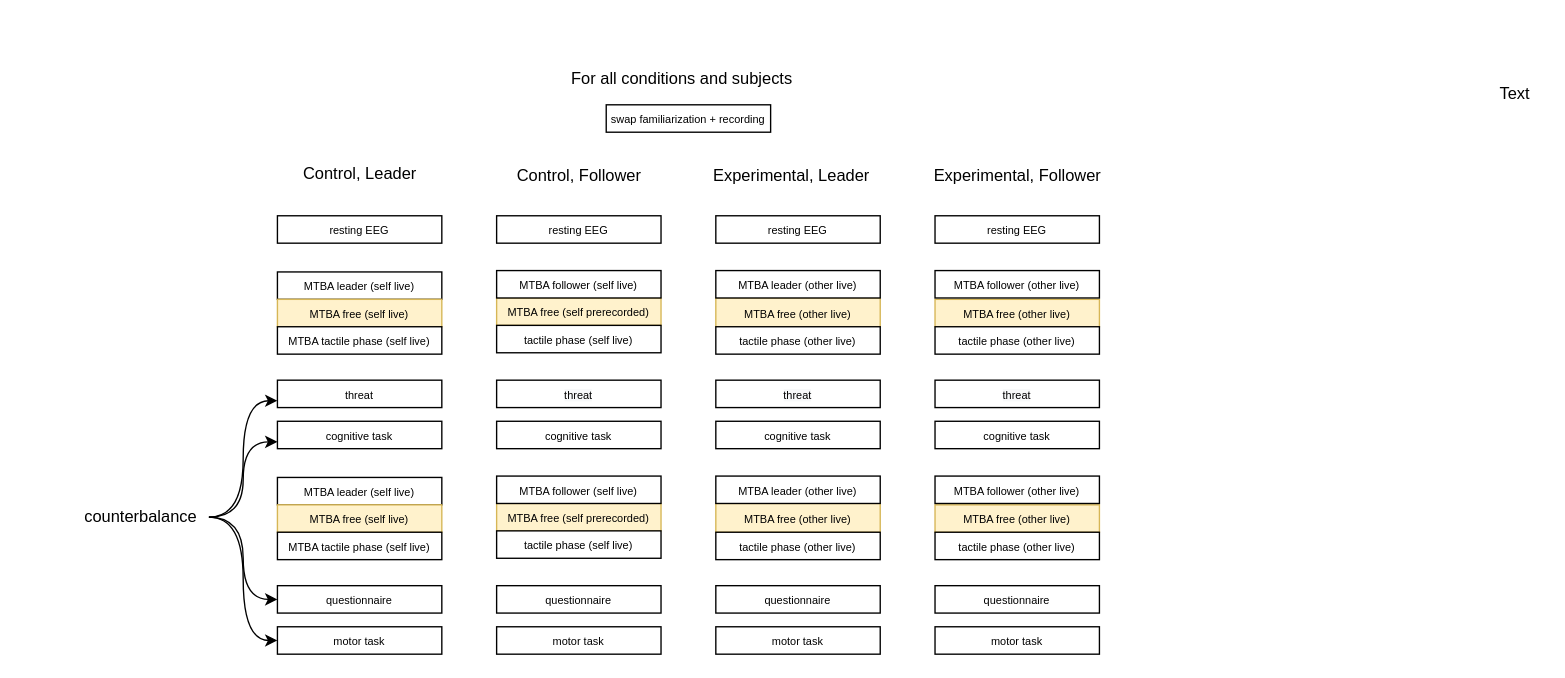
BeAnotherLab/The-Machine-to-be-Another-Unity keeps this draw.io diagram as Docs/experiment structure.drawio. Above is the earlier version. Source tidied: cells renumbered, new cells numbered last; positions are measured from the earlier drawing's top-left corner, leaving out a move shared by most shapes. Both pictures are drawn from the tidied source at 137%, with x=0, y=0 at pixel (71, 64).
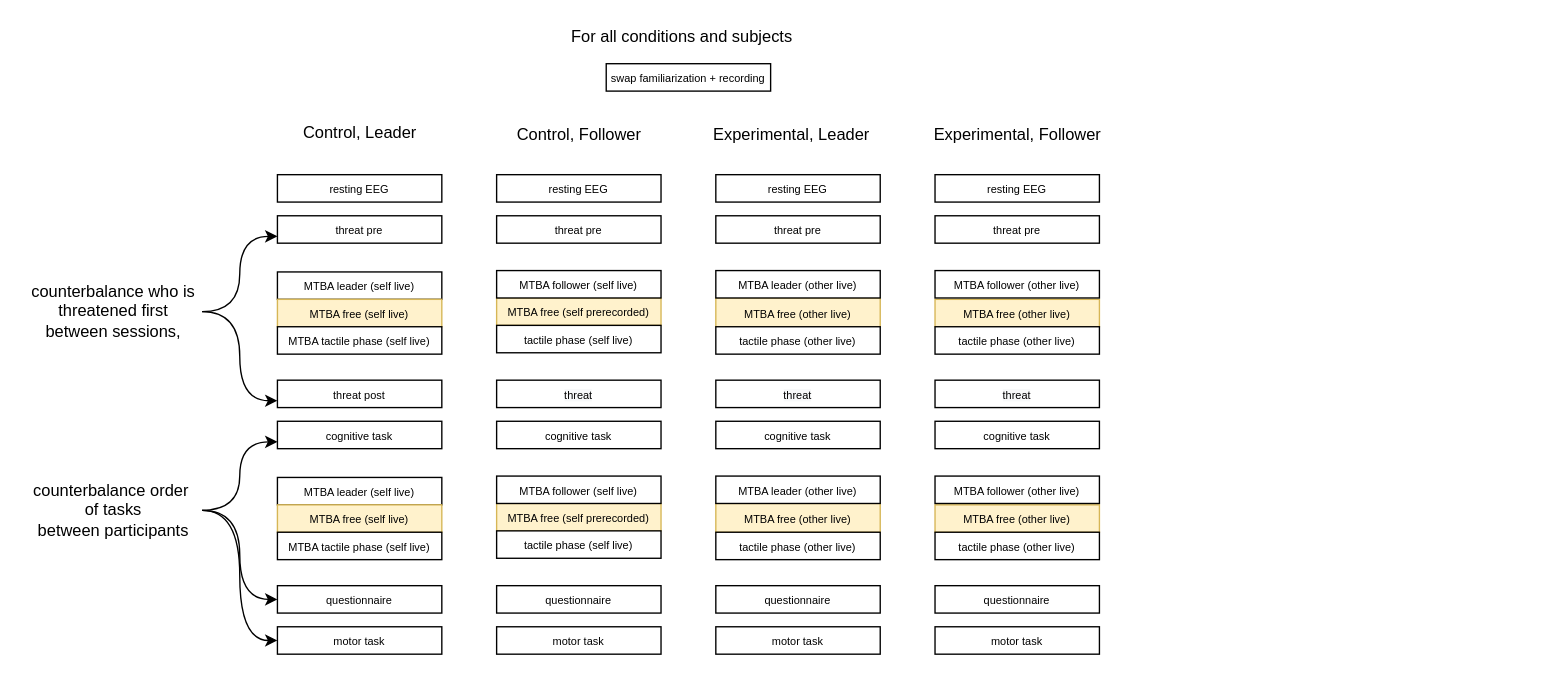
The same page after the edit.

Commit message (it also covers changes not shown here):
update experiment structure

Diff of the diagram source:
```diff
@@
-    <mxCell id="3" value="Text" style="text;html=1;align=center;verticalAlign=middle;" parent="1" vertex="1">
-      <mxGeometry x="1033" y="11" width="40" height="20" as="geometry" />
-    </mxCell>
@@
     <mxCell id="6" value="&lt;span style=&quot;font-size: 8px&quot;&gt;resting EEG&lt;/span&gt;" style="rounded=0;whiteSpace=wrap;html=1;align=center;" parent="1" vertex="1">
-      <mxGeometry x="150" y="110" width="120" height="20" as="geometry" />
+      <mxGeometry x="150" y="80" width="120" height="20" as="geometry" />
     </mxCell>
     <mxCell id="7" value="Control, Leader" style="text;html=1;align=center;verticalAlign=middle;" parent="1" vertex="1">
-      <mxGeometry x="160" y="70" width="100" height="20" as="geometry" />
+      <mxGeometry x="160" y="40" width="100" height="20" as="geometry" />
     </mxCell>
@@
     <mxCell id="14" value="Control, Follower" style="text;html=1;align=center;verticalAlign=middle;" parent="1" vertex="1">
-      <mxGeometry x="315" y="71" width="110" height="20" as="geometry" />
+      <mxGeometry x="315" y="41" width="110" height="20" as="geometry" />
     </mxCell>
     <mxCell id="15" value="Experimental, Leader" style="text;html=1;align=center;verticalAlign=middle;" parent="1" vertex="1">
-      <mxGeometry x="460" y="71" width="130" height="20" as="geometry" />
+      <mxGeometry x="460" y="41" width="130" height="20" as="geometry" />
     </mxCell>
     <mxCell id="16" value="Experimental, Follower" style="text;html=1;align=center;verticalAlign=middle;" parent="1" vertex="1">
-      <mxGeometry x="620" y="71" width="140" height="20" as="geometry" />
+      <mxGeometry x="620" y="41" width="140" height="20" as="geometry" />
     </mxCell>
@@
     <mxCell id="21" value="&lt;span style=&quot;font-size: 8px&quot;&gt;resting EEG&lt;/span&gt;" style="rounded=0;whiteSpace=wrap;html=1;align=center;" parent="1" vertex="1">
-      <mxGeometry x="310" y="110" width="120" height="20" as="geometry" />
+      <mxGeometry x="310" y="80" width="120" height="20" as="geometry" />
     </mxCell>
     <mxCell id="22" value="&lt;span style=&quot;font-size: 8px&quot;&gt;resting EEG&lt;/span&gt;" style="rounded=0;whiteSpace=wrap;html=1;align=center;" parent="1" vertex="1">
-      <mxGeometry x="470" y="110" width="120" height="20" as="geometry" />
+      <mxGeometry x="470" y="80" width="120" height="20" as="geometry" />
     </mxCell>
     <mxCell id="23" value="&lt;span style=&quot;font-size: 8px&quot;&gt;resting EEG&lt;/span&gt;" style="rounded=0;whiteSpace=wrap;html=1;align=center;" parent="1" vertex="1">
-      <mxGeometry x="630" y="110" width="120" height="20" as="geometry" />
+      <mxGeometry x="630" y="80" width="120" height="20" as="geometry" />
     </mxCell>
@@
     <mxCell id="28" value="&lt;span style=&quot;font-size: 8px&quot;&gt;swap familiarization + recording&lt;/span&gt;" style="rounded=0;whiteSpace=wrap;html=1;align=center;" parent="1" vertex="1">
-      <mxGeometry x="390" y="29" width="120" height="20" as="geometry" />
+      <mxGeometry x="390" y="-1" width="120" height="20" as="geometry" />
     </mxCell>
     <mxCell id="29" value="For all conditions and subjects" style="text;html=1;align=center;verticalAlign=middle;" parent="1" vertex="1">
-      <mxGeometry x="355" width="180" height="20" as="geometry" />
+      <mxGeometry x="355" y="-30" width="180" height="20" as="geometry" />
     </mxCell>
-    <mxCell id="30" value="&lt;span style=&quot;font-size: 8px&quot;&gt;threat&lt;/span&gt;" style="rounded=0;whiteSpace=wrap;html=1;" parent="1" vertex="1">
-      <mxGeometry x="150" y="230" width="120" height="20" as="geometry" />
+    <mxCell id="30" value="&lt;span style=&quot;font-size: 8px&quot;&gt;threat pre&lt;br&gt;&lt;/span&gt;" style="rounded=0;whiteSpace=wrap;html=1;" parent="1" vertex="1">
+      <mxGeometry x="150" y="110" width="120" height="20" as="geometry" />
     </mxCell>
@@
-    <mxCell id="53" style="edgeStyle=orthogonalEdgeStyle;rounded=0;jettySize=auto;html=1;entryX=0;entryY=0.75;entryDx=0;entryDy=0;curved=1;" parent="1" edge="1" source="57" target="30">
-      <mxGeometry relative="1" as="geometry" />
-    </mxCell>
@@
-    <mxCell id="57" value="counterbalance" style="text;html=1;align=center;verticalAlign=middle;points=[];" parent="1" vertex="1">
-      <mxGeometry y="320" width="100" height="20" as="geometry" />
+    <mxCell id="57" value="counterbalance order&amp;nbsp;&lt;br&gt;of tasks &lt;br&gt;between participants" style="text;html=1;align=center;verticalAlign=middle;points=[];" parent="1" vertex="1">
+      <mxGeometry x="-35" y="300" width="130" height="50" as="geometry" />
     </mxCell>
+    <mxCell id="58" value="&lt;span style=&quot;font-size: 8px&quot;&gt;threat post&lt;br&gt;&lt;/span&gt;" style="rounded=0;whiteSpace=wrap;html=1;" parent="1" vertex="1">
+      <mxGeometry x="150" y="230" width="120" height="20" as="geometry" />
+    </mxCell>
+    <mxCell id="59" value="&lt;span style=&quot;font-size: 8px&quot;&gt;threat pre&lt;br&gt;&lt;/span&gt;" style="rounded=0;whiteSpace=wrap;html=1;" parent="1" vertex="1">
+      <mxGeometry x="310" y="110" width="120" height="20" as="geometry" />
+    </mxCell>
+    <mxCell id="60" value="&lt;span style=&quot;font-size: 8px&quot;&gt;threat pre&lt;br&gt;&lt;/span&gt;" style="rounded=0;whiteSpace=wrap;html=1;" parent="1" vertex="1">
+      <mxGeometry x="470" y="110" width="120" height="20" as="geometry" />
+    </mxCell>
+    <mxCell id="61" value="&lt;span style=&quot;font-size: 8px&quot;&gt;threat pre&lt;br&gt;&lt;/span&gt;" style="rounded=0;whiteSpace=wrap;html=1;" parent="1" vertex="1">
+      <mxGeometry x="630" y="110" width="120" height="20" as="geometry" />
+    </mxCell>
+    <mxCell id="62" style="edgeStyle=orthogonalEdgeStyle;rounded=0;jettySize=auto;html=1;entryX=0;entryY=0.75;entryDx=0;entryDy=0;curved=1;" parent="1" edge="1" source="64" target="30">
+      <mxGeometry relative="1" as="geometry" />
+    </mxCell>
+    <mxCell id="63" style="edgeStyle=orthogonalEdgeStyle;curved=1;rounded=0;jettySize=auto;html=1;entryX=0;entryY=0.75;entryDx=0;entryDy=0;" parent="1" edge="1" source="64" target="58">
+      <mxGeometry relative="1" as="geometry" />
+    </mxCell>
+    <mxCell id="64" value="counterbalance who is &lt;br&gt;threatened first &lt;br&gt;between sessions,&lt;br&gt;" style="text;html=1;align=center;verticalAlign=middle;points=[];" parent="1" vertex="1">
+      <mxGeometry x="-35" y="155" width="130" height="50" as="geometry" />
+    </mxCell>
```
